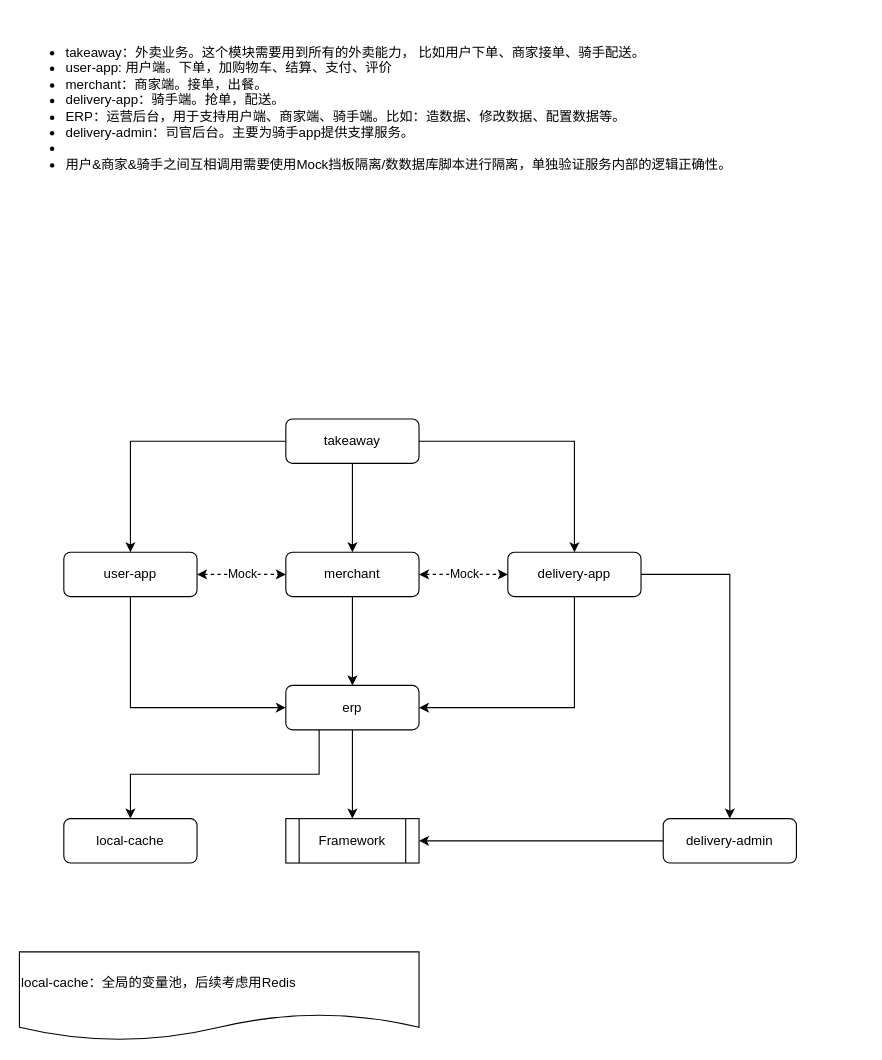
Earlier version of the draw.io diagram page "测试用例依赖关系图" (6 of 6) of docs/HP业务梳理.drawio (pan444909312/automation). Source tidied: cells renumbered, new cells numbered last; positions are measured from the earlier drawing's top-left corner, leaving out a move shared by most shapes. Both pictures are drawn from the tidied source at 111%, with x=0, y=0 at pixel (19, 19).
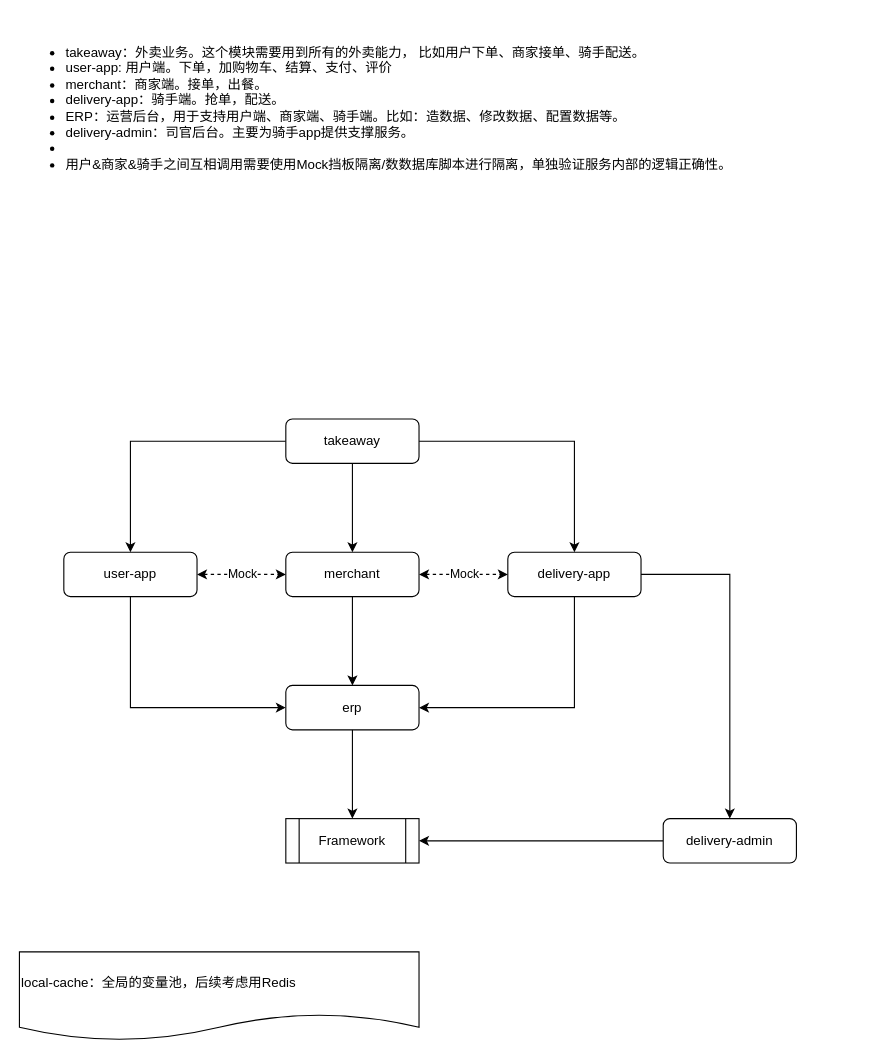
Above is the later version.

Commit message:
feat: 本地缓存服务

Unchanged cells that the change refers to:
```xml
<mxCell id="11" value="erp" style="rounded=1;whiteSpace=wrap;html=1;" parent="1" vertex="1">
  <mxGeometry x="240" y="600" width="120" height="40" as="geometry" />
</mxCell>
```

The edit, as a diff of the source:
```diff
@@
-    <mxCell id="10" style="edgeStyle=orthogonalEdgeStyle;rounded=0;jettySize=auto;html=1;entryX=0.5;entryY=0;entryDx=0;entryDy=0;exitX=0.25;exitY=1;exitDx=0;exitDy=0;" parent="1" edge="1" source="11" target="24">
-      <mxGeometry relative="1" as="geometry" />
-    </mxCell>
@@
-    <mxCell id="24" value="local-cache" style="rounded=1;whiteSpace=wrap;html=1;" parent="1" vertex="1">
-      <mxGeometry x="40" y="720" width="120" height="40" as="geometry" />
-    </mxCell>
```
